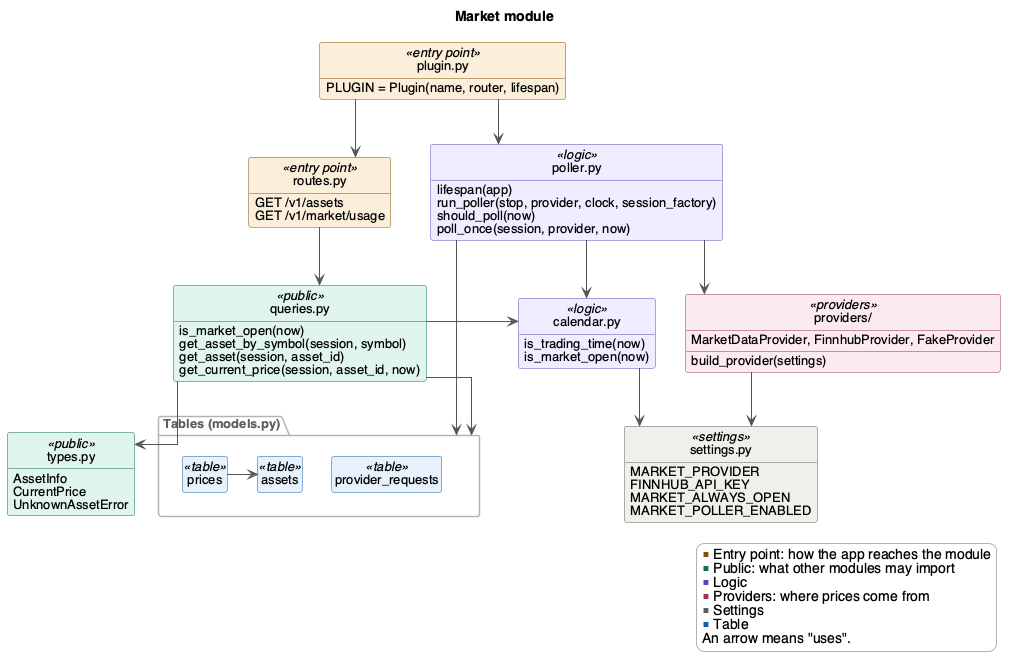
This is docs/Design/SoftArchitecture/figures/market.png from davislenover/BurnNEarn, a PlantUML export, as it was before one commit.
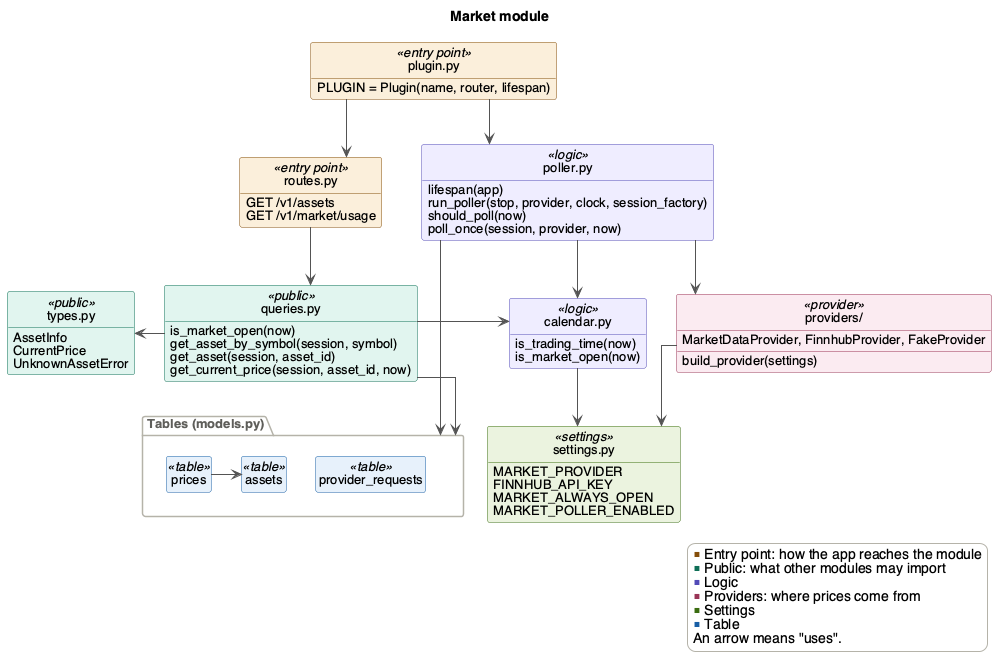
Above is the later version.

Change to the diagram source:
```diff
@@ -1,33 +1,5 @@
 @startuml market
-skinparam shadowing false
-skinparam defaultFontName Helvetica
-skinparam defaultFontSize 13
-skinparam classAttributeIconSize 0
-skinparam linetype ortho
-skinparam nodesep 30
-skinparam ranksep 45
-skinparam ArrowColor #555555
-skinparam LegendBackgroundColor #FFFFFF
-skinparam LegendBorderColor #B4B2A9
-skinparam PackageBorderColor #B4B2A9
-skinparam PackageFontColor #5F5E5A
-skinparam class {
-  BorderColor #888780
-  BackgroundColor<<entry point>> #FAEEDA
-  BorderColor<<entry point>> #854F0B
-  BackgroundColor<<public>> #E1F5EE
-  BorderColor<<public>> #0F6E56
-  BackgroundColor<<logic>> #EEEDFE
-  BorderColor<<logic>> #534AB7
-  BackgroundColor<<providers>> #FBEAF0
-  BorderColor<<providers>> #993556
-  BackgroundColor<<settings>> #F1EFE8
-  BorderColor<<settings>> #5F5E5A
-  BackgroundColor<<table>> #E6F1FB
-  BorderColor<<table>> #185FA5
-}
-hide circle
-hide empty members
+!include style.iuml
 title Market module
 
 class "plugin.py" as plugin <<entry point>> {
@@ -60,7 +32,7 @@
   is_trading_time(now)
   is_market_open(now)
 }
-class "providers/" as providers <<providers>> {
+class "providers/" as providers <<provider>> {
   build_provider(settings)
   MarketDataProvider, FinnhubProvider, FakeProvider
 }
@@ -80,7 +52,7 @@
 plugin --> routes
 plugin --> poller
 routes --> queries
-queries --> types
+queries -left-> types
 queries --> calendar
 poller --> calendar
 poller --> providers
@@ -92,14 +64,14 @@
 
 queries -[hidden]right- calendar
 calendar -[hidden]right- providers
-types -[hidden]right- tables
+settings -[hidden]left- tables
 
 legend right
   <color:#854F0B>■</color> Entry point: how the app reaches the module
   <color:#0F6E56>■</color> Public: what other modules may import
   <color:#534AB7>■</color> Logic
   <color:#993556>■</color> Providers: where prices come from
-  <color:#5F5E5A>■</color> Settings
+  <color:#3B6D11>■</color> Settings
   <color:#185FA5>■</color> Table
   An arrow means "uses".
 endlegend
```
